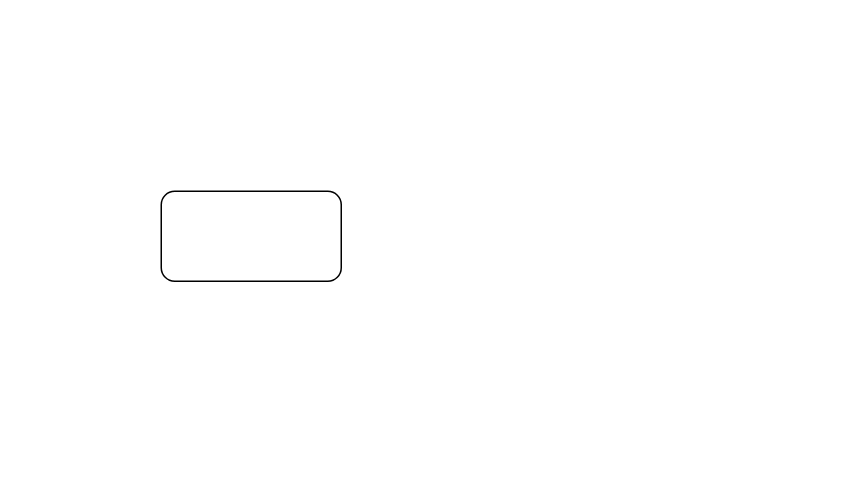
gaochaowyq/MinderGraph keeps this draw.io diagram as CIM时空大数据总体设计.drawio. Above is the earlier version. Source tidied: cells renumbered, new cells numbered last; positions are measured from the earlier drawing's top-left corner, leaving out a move shared by most shapes. Both pictures are drawn from the tidied source at 150%, with x=0, y=0 at pixel (160, 190).
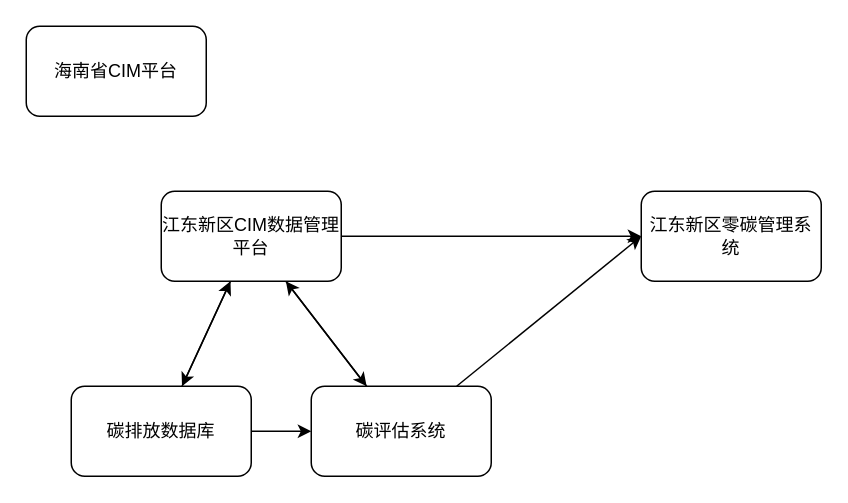
The same diagram, later.

Commit message (it also covers changes not shown here):
更新CIM时空大数据总体设计.drawio

Change to the diagram source:
```diff
@@
 <mxGraphModel>
   <root>
     <mxCell id="0" />
     <mxCell id="1" parent="0" />
+    <mxCell id="3" style="edgeStyle=orthogonalEdgeStyle;rounded=0;jettySize=auto;html=1;" parent="1" edge="1" source="2" target="6">
+      <mxGeometry relative="1" as="geometry" />
+    </mxCell>
+    <mxCell id="4" style="rounded=0;jettySize=auto;html=1;" parent="1" edge="1" source="2" target="9">
+      <mxGeometry relative="1" as="geometry" />
+    </mxCell>
+    <mxCell id="5" style="rounded=0;jettySize=auto;html=1;" parent="1" edge="1" source="2" target="12">
+      <mxGeometry relative="1" as="geometry" />
+    </mxCell>
-    <mxCell id="2" style="rounded=1;whiteSpace=wrap;html=1;" parent="1" vertex="1">
+    <mxCell id="2" value="江东新区CIM数据管理平台" style="rounded=1;whiteSpace=wrap;html=1;" parent="1" vertex="1">
       <mxGeometry width="120" height="60" as="geometry" />
     </mxCell>
+    <mxCell id="6" value="江东新区零碳管理系统" style="rounded=1;whiteSpace=wrap;html=1;" parent="1" vertex="1">
+      <mxGeometry x="320" width="120" height="60" as="geometry" />
+    </mxCell>
+    <mxCell id="7" style="edgeStyle=orthogonalEdgeStyle;rounded=0;jettySize=auto;html=1;" parent="1" edge="1" source="9" target="12">
+      <mxGeometry relative="1" as="geometry" />
+    </mxCell>
+    <mxCell id="8" style="rounded=0;jettySize=auto;html=1;" parent="1" edge="1" source="9" target="2">
+      <mxGeometry relative="1" as="geometry" />
+    </mxCell>
+    <mxCell id="9" value="碳排放数据库" style="rounded=1;whiteSpace=wrap;html=1;" parent="1" vertex="1">
+      <mxGeometry x="-60" y="130" width="120" height="60" as="geometry" />
+    </mxCell>
+    <mxCell id="10" style="rounded=0;jettySize=auto;html=1;entryX=0;entryY=0.5;entryDx=0;entryDy=0;" parent="1" edge="1" source="12" target="6">
+      <mxGeometry relative="1" as="geometry" />
+    </mxCell>
+    <mxCell id="11" style="rounded=0;jettySize=auto;html=1;" parent="1" edge="1" source="12" target="2">
+      <mxGeometry relative="1" as="geometry" />
+    </mxCell>
+    <mxCell id="12" value="碳评估系统" style="rounded=1;whiteSpace=wrap;html=1;" parent="1" vertex="1">
+      <mxGeometry x="100" y="130" width="120" height="60" as="geometry" />
+    </mxCell>
+    <mxCell id="13" value="海南省CIM平台" style="rounded=1;whiteSpace=wrap;html=1;" parent="1" vertex="1">
+      <mxGeometry x="-90" y="-110" width="120" height="60" as="geometry" />
+    </mxCell>
   </root>
 </mxGraphModel>
```
